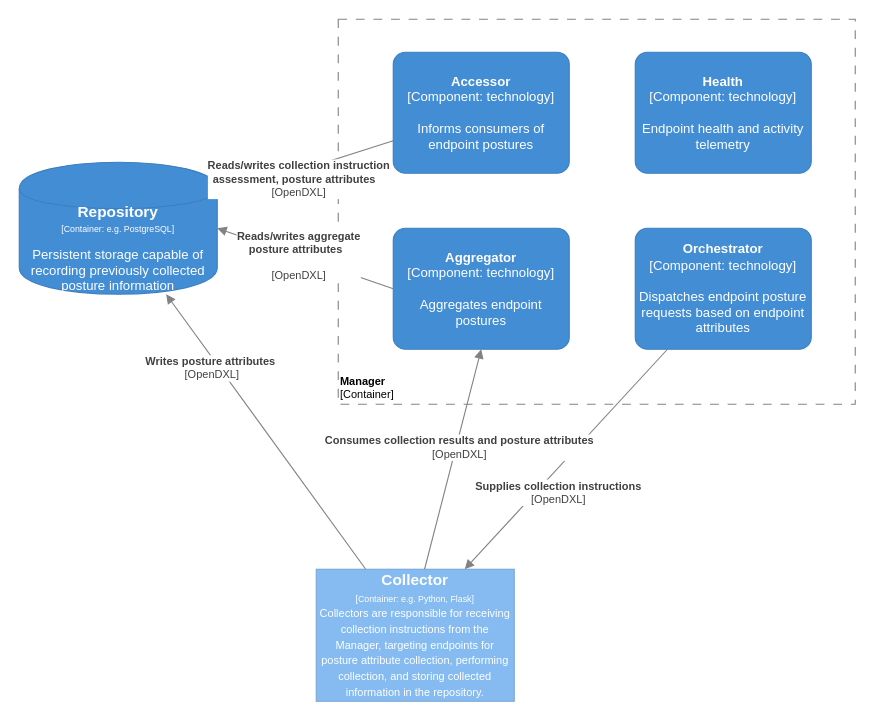
Earlier version of the draw.io diagram page "SCAPv2 Manager" (1 of 2) of Architecture Documents/scap-components.drawio (opencybersecurityalliance/documentation). Source tidied: cells renumbered, new cells numbered last; positions are measured from the earlier drawing's top-left corner, leaving out a move shared by most shapes. Both pictures are drawn from the tidied source at 110%, with x=0, y=0 at pixel (19, 19).
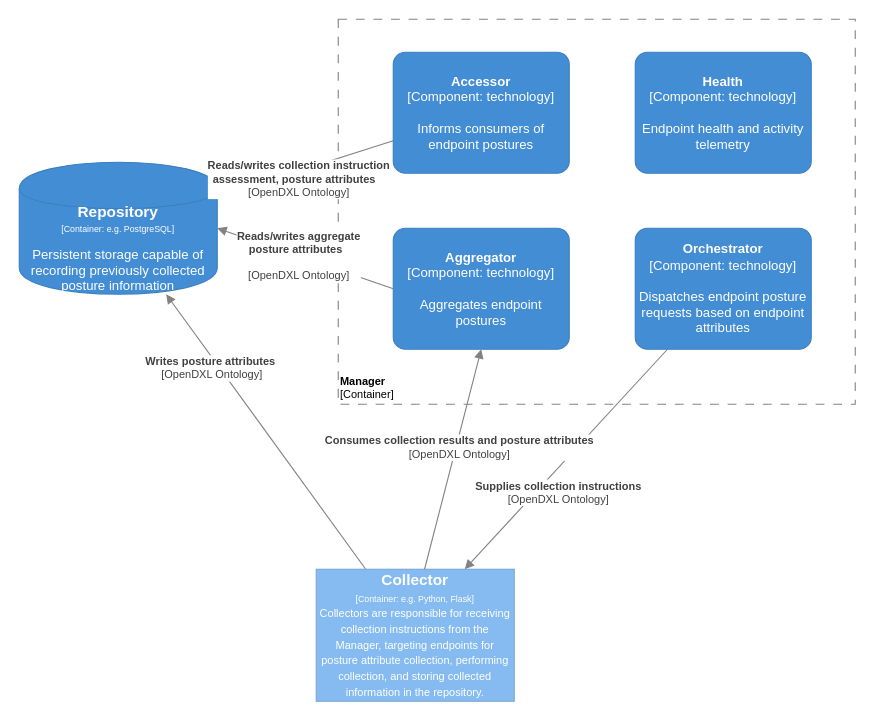
The same diagram, later.

Commit message (it also covers changes not shown here):
OpenDXL to OpenDXL Ontology

Diff of the diagram source:
```diff
@@
 <mxGraphModel>
   <root>
     <mxCell id="0" />
     <mxCell id="1" parent="0" />
     <mxCell id="2" value="&lt;font style=&quot;font-size: 10px&quot;&gt;&lt;b&gt;Manager&lt;br&gt;&lt;/b&gt;[Container]&lt;/font&gt;" style="rounded=0;whiteSpace=wrap;html=1;strokeColor=#828282;fillColor=none;fontColor=#000000;align=left;labelPosition=center;verticalLabelPosition=middle;verticalAlign=bottom;dashed=1;strokeWidth=1;perimeterSpacing=0;spacing=2;spacingTop=0;fontSize=10;dashPattern=8 8;" parent="1" vertex="1">
       <mxGeometry x="290" width="470" height="350" as="geometry" />
     </mxCell>
     <object id="3" label="&lt;div style=&quot;color: rgb(255 , 255 , 255)&quot;&gt;&lt;span style=&quot;font-size: 14px&quot;&gt;&lt;b&gt;Repository&lt;/b&gt;&lt;/span&gt;&lt;/div&gt;&lt;div style=&quot;color: rgb(255 , 255 , 255) ; font-size: 12px&quot;&gt;&lt;font style=&quot;font-size: 8px&quot;&gt;[Container: %technology%]&lt;/font&gt;&lt;/div&gt;&lt;div style=&quot;color: rgb(255 , 255 , 255) ; font-size: 8px&quot;&gt;&lt;font style=&quot;line-height: 9.6px&quot;&gt;&lt;br&gt;&lt;/font&gt;&lt;/div&gt;&lt;div style=&quot;color: rgb(255 , 255 , 255)&quot;&gt;Persistent storage capable of recording previously collected posture information&lt;/div&gt;" placeholders="1" technology="e.g. PostgreSQL">
       <mxCell style="shape=cylinder;whiteSpace=wrap;html=1;boundedLbl=1;backgroundOutline=1;strokeColor=#3C7FC0;fillColor=#438DD5;fontSize=12;fontColor=#ffffff;align=center;rounded=0;" parent="1" vertex="1">
         <mxGeometry y="130" width="180" height="120" as="geometry" />
       </mxCell>
     </object>
-    <mxCell id="4" value="&lt;span style=&quot;font-size: 10px&quot;&gt;&lt;b&gt;Reads/writes&amp;nbsp;&lt;/b&gt;&lt;/span&gt;&lt;b&gt;collection instruction&lt;br&gt;&lt;/b&gt;&lt;b&gt;assessment,&amp;nbsp;&lt;/b&gt;&lt;span style=&quot;font-size: 10px&quot;&gt;&lt;b&gt;posture attributes&amp;nbsp; &amp;nbsp;&lt;/b&gt;&lt;br&gt;[OpenDXL]&lt;br&gt;&lt;/span&gt;" style="endArrow=block;html=1;fontSize=10;fontColor=#404040;strokeWidth=1;endFill=1;strokeColor=#828282;elbow=vertical;" parent="1" edge="1" source="10" target="3">
+    <mxCell id="4" value="&lt;span style=&quot;font-size: 10px&quot;&gt;&lt;b&gt;Reads/writes&amp;nbsp;&lt;/b&gt;&lt;/span&gt;&lt;b&gt;collection instruction&lt;br&gt;&lt;/b&gt;&lt;b&gt;assessment,&amp;nbsp;&lt;/b&gt;&lt;span style=&quot;font-size: 10px&quot;&gt;&lt;b&gt;posture attributes&amp;nbsp; &amp;nbsp;&lt;/b&gt;&lt;br&gt;[OpenDXL Ontology]&lt;br&gt;&lt;/span&gt;" style="endArrow=block;html=1;fontSize=10;fontColor=#404040;strokeWidth=1;endFill=1;strokeColor=#828282;elbow=vertical;" parent="1" edge="1" source="10" target="3">
       <mxGeometry x="0.09" y="7" relative="1" as="geometry" />
     </mxCell>
-    <mxCell id="5" value="&lt;span style=&quot;font-size: 10px&quot;&gt;&lt;b&gt;Writes posture attributes&amp;nbsp;&lt;/b&gt;&lt;br&gt;[OpenDXL]&lt;br&gt;&lt;/span&gt;" style="endArrow=block;html=1;fontSize=10;fontColor=#404040;strokeWidth=1;endFill=1;strokeColor=#828282;elbow=vertical;exitX=0.25;exitY=0;exitDx=0;exitDy=0;" parent="1" edge="1" source="7" target="3">
+    <mxCell id="5" value="&lt;span style=&quot;font-size: 10px&quot;&gt;&lt;b&gt;Writes posture attributes&amp;nbsp;&lt;/b&gt;&lt;br&gt;[OpenDXL Ontology]&lt;br&gt;&lt;/span&gt;" style="endArrow=block;html=1;fontSize=10;fontColor=#404040;strokeWidth=1;endFill=1;strokeColor=#828282;elbow=vertical;exitX=0.25;exitY=0;exitDx=0;exitDy=0;" parent="1" edge="1" source="7" target="3">
       <mxGeometry x="0.49" y="6" relative="1" as="geometry" />
     </mxCell>
-    <mxCell id="6" value="&lt;b&gt;Supplies collection instructions&lt;br&gt;&lt;/b&gt;[OpenDXL]&lt;span style=&quot;font-size: 10px&quot;&gt;&lt;br&gt;&lt;/span&gt;" style="endArrow=block;html=1;fontSize=10;fontColor=#404040;strokeWidth=1;endFill=1;strokeColor=#828282;elbow=vertical;entryX=0.75;entryY=0;entryDx=0;entryDy=0;" parent="1" edge="1" source="9" target="7">
+    <mxCell id="6" value="&lt;b&gt;Supplies collection instructions&lt;br&gt;&lt;/b&gt;[OpenDXL Ontology]&lt;span style=&quot;font-size: 10px&quot;&gt;&lt;br&gt;&lt;/span&gt;" style="endArrow=block;html=1;fontSize=10;fontColor=#404040;strokeWidth=1;endFill=1;strokeColor=#828282;elbow=vertical;entryX=0.75;entryY=0;entryDx=0;entryDy=0;" parent="1" edge="1" source="9" target="7">
       <mxGeometry x="0.2" y="15" relative="1" as="geometry" />
     </mxCell>
     <object id="7" label="&lt;div&gt;&lt;span style=&quot;font-size: 14px&quot;&gt;&lt;b&gt;Collector&lt;/b&gt;&lt;/span&gt;&lt;/div&gt;&lt;div&gt;&lt;span style=&quot;font-size: 8px&quot;&gt;[Container: %technology%]&lt;/span&gt;&lt;br&gt;&lt;/div&gt;&lt;div&gt;&lt;span style=&quot;font-size: x-small&quot;&gt;Collectors are responsible for receiving collection instructions from the Manager, targeting endpoints for posture attribute collection, performing collection, and storing collected information in the repository.&lt;/span&gt;&lt;br&gt;&lt;/div&gt;" placeholders="1" technology="e.g. Python, Flask">
       <mxCell style="rounded=0;whiteSpace=wrap;html=1;fillColor=#85BBF0;fontColor=#ffffff;strokeColor=#78A8D8;arcSize=10;" parent="1" vertex="1">
         <mxGeometry x="270" y="500" width="180" height="120" as="geometry" />
       </mxCell>
     </object>
     <object id="8" label="&lt;b&gt;%c4Name%&lt;/b&gt;&lt;div&gt;[%c4Type%: %c4Technology%]&lt;/div&gt;&lt;br&gt;&lt;div&gt;%c4Description%&lt;/div&gt;" c4Description="Endpoint health and activity telemetry" c4Name="Health" c4Technology="technology" c4Type="Component" placeholders="1">
       <mxCell style="rounded=1;whiteSpace=wrap;html=1;labelBackgroundColor=none;fillColor=#438DD5;fontColor=#ffffff;align=center;arcSize=10;strokeColor=#3C7FC0;metaData={&quot;c4Type&quot;:{&quot;editable&quot;:false}};" parent="1" vertex="1">
         <mxGeometry x="560" y="30" width="160" height="110" as="geometry" />
       </mxCell>
     </object>
     <object id="9" label="&lt;b&gt;%c4Name%&lt;/b&gt;&lt;div&gt;[%c4Type%: %c4Technology%]&lt;/div&gt;&lt;br&gt;&lt;div&gt;%c4Description%&lt;/div&gt;" c4Description="Dispatches endpoint posture requests based on endpoint attributes" c4Name="Orchestrator" c4Technology="technology" c4Type="Component" placeholders="1">
       <mxCell style="rounded=1;whiteSpace=wrap;html=1;labelBackgroundColor=none;fillColor=#438DD5;fontColor=#ffffff;align=center;arcSize=10;strokeColor=#3C7FC0;metaData={&quot;c4Type&quot;:{&quot;editable&quot;:false}};points=[[0.25,0,0],[0.5,0,0],[0.75,0,0],[1,0.25,0],[1,0.5,0],[1,0.75,0],[0.75,1,0],[0.5,1,0],[0.25,1,0],[0,0.75,0],[0,0.5,0],[0,0.25,0]];" parent="1" vertex="1">
         <mxGeometry x="560" y="190" width="160" height="110" as="geometry" />
       </mxCell>
     </object>
     <object id="10" label="&lt;b&gt;%c4Name%&lt;/b&gt;&lt;div&gt;[%c4Type%: %c4Technology%]&lt;/div&gt;&lt;br&gt;&lt;div&gt;%c4Description%&lt;/div&gt;" c4Description="Informs consumers of endpoint postures" c4Name="Accessor" c4Technology="technology" c4Type="Component" placeholders="1">
       <mxCell style="rounded=1;whiteSpace=wrap;html=1;labelBackgroundColor=none;fillColor=#438DD5;fontColor=#ffffff;align=center;arcSize=10;strokeColor=#3C7FC0;metaData={&quot;c4Type&quot;:{&quot;editable&quot;:false}};points=[[0.25,0,0],[0.5,0,0],[0.75,0,0],[1,0.25,0],[1,0.5,0],[1,0.75,0],[0.75,1,0],[0.5,1,0],[0.25,1,0],[0,0.75,0],[0,0.5,0],[0,0.25,0]];" parent="1" vertex="1">
         <mxGeometry x="340" y="30" width="160" height="110" as="geometry" />
       </mxCell>
     </object>
     <object id="11" label="&lt;b&gt;%c4Name%&lt;/b&gt;&lt;div&gt;[%c4Type%: %c4Technology%]&lt;/div&gt;&lt;br&gt;&lt;div&gt;%c4Description%&lt;/div&gt;" c4Description="Aggregates endpoint postures" c4Name="Aggregator" c4Technology="technology" c4Type="Component" placeholders="1">
       <mxCell style="rounded=1;whiteSpace=wrap;html=1;labelBackgroundColor=none;fillColor=#438DD5;fontColor=#ffffff;align=center;arcSize=10;strokeColor=#3C7FC0;metaData={&quot;c4Type&quot;:{&quot;editable&quot;:false}};points=[[0.25,0,0],[0.5,0,0],[0.75,0,0],[1,0.25,0],[1,0.5,0],[1,0.75,0],[0.75,1,0],[0.5,1,0],[0.25,1,0],[0,0.75,0],[0,0.5,0],[0,0.25,0]];" parent="1" vertex="1">
         <mxGeometry x="340" y="190" width="160" height="110" as="geometry" />
       </mxCell>
     </object>
-    <mxCell id="12" value="&lt;b&gt;Consumes collection results and posture attributes&lt;br&gt;&lt;/b&gt;[OpenDXL]&lt;span style=&quot;font-size: 10px&quot;&gt;&lt;br&gt;&lt;/span&gt;" style="endArrow=block;html=1;fontSize=10;fontColor=#404040;strokeWidth=1;endFill=1;strokeColor=#828282;elbow=vertical;entryX=0.5;entryY=1;entryDx=0;entryDy=0;entryPerimeter=0;exitX=0.547;exitY=0;exitDx=0;exitDy=0;exitPerimeter=0;" parent="1" edge="1" source="7" target="11">
+    <mxCell id="12" value="&lt;b&gt;Consumes collection results and posture attributes&lt;br&gt;&lt;/b&gt;[OpenDXL Ontology]&lt;span style=&quot;font-size: 10px&quot;&gt;&lt;br&gt;&lt;/span&gt;" style="endArrow=block;html=1;fontSize=10;fontColor=#404040;strokeWidth=1;endFill=1;strokeColor=#828282;elbow=vertical;entryX=0.5;entryY=1;entryDx=0;entryDy=0;entryPerimeter=0;exitX=0.547;exitY=0;exitDx=0;exitDy=0;exitPerimeter=0;" parent="1" edge="1" source="7" target="11">
       <mxGeometry x="0.11" y="-3" relative="1" as="geometry" />
     </mxCell>
-    <mxCell id="13" value="&lt;b&gt;Reads/writes aggregate&lt;/b&gt;&lt;b&gt;&lt;br&gt;&lt;/b&gt;&lt;b&gt;posture attributes&amp;nbsp;&amp;nbsp;&lt;/b&gt;&lt;span style=&quot;font-size: 10px&quot;&gt;&lt;b&gt;&lt;br&gt;&amp;nbsp;&lt;/b&gt;&lt;br&gt;[OpenDXL]&lt;br&gt;&lt;/span&gt;" style="endArrow=block;html=1;fontSize=10;fontColor=#404040;strokeWidth=1;endFill=1;strokeColor=#828282;elbow=vertical;exitX=0;exitY=0.5;exitDx=0;exitDy=0;exitPerimeter=0;entryX=1;entryY=0.5;entryDx=0;entryDy=0;" parent="1" edge="1" source="11" target="3">
+    <mxCell id="13" value="&lt;b&gt;Reads/writes aggregate&lt;/b&gt;&lt;b&gt;&lt;br&gt;&lt;/b&gt;&lt;b&gt;posture attributes&amp;nbsp;&amp;nbsp;&lt;/b&gt;&lt;span style=&quot;font-size: 10px&quot;&gt;&lt;b&gt;&lt;br&gt;&amp;nbsp;&lt;/b&gt;&lt;br&gt;[OpenDXL Ontology]&lt;br&gt;&lt;/span&gt;" style="endArrow=block;html=1;fontSize=10;fontColor=#404040;strokeWidth=1;endFill=1;strokeColor=#828282;elbow=vertical;exitX=0;exitY=0.5;exitDx=0;exitDy=0;exitPerimeter=0;entryX=1;entryY=0.5;entryDx=0;entryDy=0;" parent="1" edge="1" source="11" target="3">
       <mxGeometry x="0.07" relative="1" as="geometry" />
     </mxCell>
   </root>
 </mxGraphModel>
```
